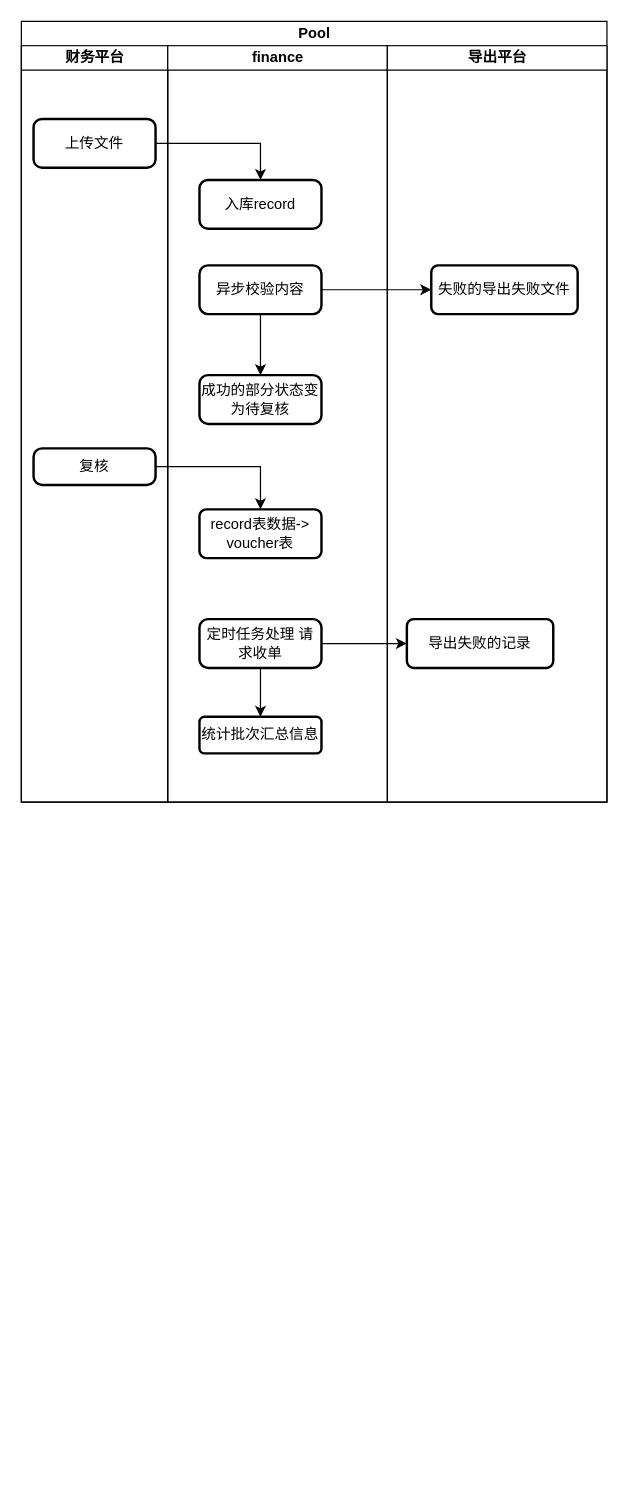
Before: 批量转账流程.drawio in wangkeshan9538/diagram.io, a draw.io diagram. Source tidied: cells renumbered, new cells numbered last; positions are measured from the earlier drawing's top-left corner, leaving out a move shared by most shapes. Both pictures are drawn from the tidied source at 122%, with x=0, y=0 at pixel (21, 21).
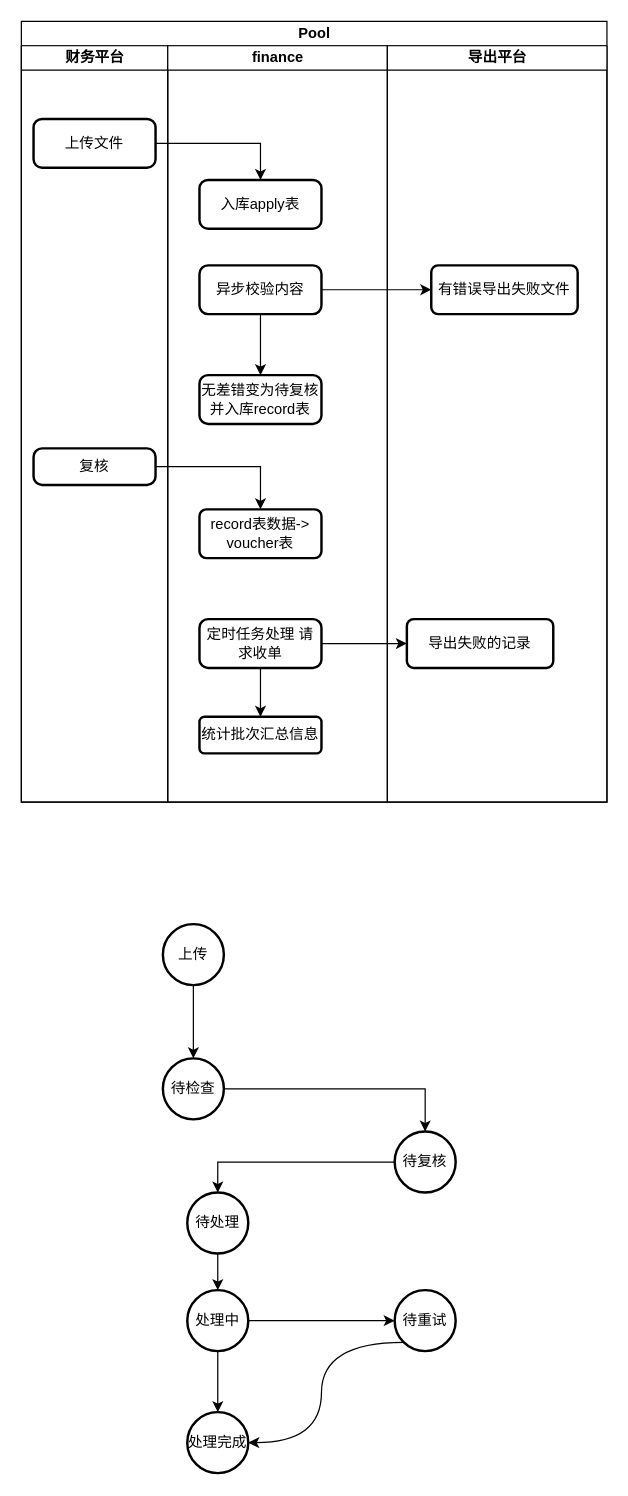
The same diagram, later.

Commit message:
更新批量转账流程.drawio

The change refers to these unchanged cells:
```xml
<mxCell id="6" value="finance" style="swimlane;html=1;startSize=20;" parent="2" vertex="1">
  <mxGeometry x="120" y="20" width="180" height="620" as="geometry" />
</mxCell>
<mxCell id="15" value="导出平台" style="swimlane;html=1;startSize=20;" parent="2" vertex="1">
  <mxGeometry x="300" y="20" width="180" height="620" as="geometry" />
</mxCell>
```

The edit, as a diff of the source:
```diff
@@
-    <mxCell id="9" value="成功的部分状态变为待复核" style="rounded=1;whiteSpace=wrap;html=1;absoluteArcSize=1;arcSize=14;strokeWidth=2;" parent="6" vertex="1">
+    <mxCell id="9" value="无差错变为待复核并入库record表" style="rounded=1;whiteSpace=wrap;html=1;absoluteArcSize=1;arcSize=14;strokeWidth=2;" parent="6" vertex="1">
       <mxGeometry x="26" y="270" width="100" height="40" as="geometry" />
     </mxCell>
@@
-    <mxCell id="12" value="入库record" style="rounded=1;whiteSpace=wrap;html=1;absoluteArcSize=1;arcSize=14;strokeWidth=2;" parent="6" vertex="1">
+    <mxCell id="12" value="入库apply表" style="rounded=1;whiteSpace=wrap;html=1;absoluteArcSize=1;arcSize=14;strokeWidth=2;" parent="6" vertex="1">
       <mxGeometry x="26" y="110" width="100" height="40" as="geometry" />
     </mxCell>
@@
-    <mxCell id="17" value="失败的导出失败文件" style="whiteSpace=wrap;html=1;rounded=1;strokeWidth=2;arcSize=14;" parent="15" vertex="1">
+    <mxCell id="17" value="有错误导出失败文件" style="whiteSpace=wrap;html=1;rounded=1;strokeWidth=2;arcSize=14;" parent="15" vertex="1">
       <mxGeometry x="36" y="180" width="120" height="40" as="geometry" />
     </mxCell>
@@
+    <mxCell id="22" style="edgeStyle=orthogonalEdgeStyle;rounded=0;jettySize=auto;html=1;" parent="1" edge="1" source="23" target="25">
+      <mxGeometry relative="1" as="geometry" />
+    </mxCell>
+    <mxCell id="23" value="待检查" style="strokeWidth=2;html=1;shape=mxgraph.flowchart.start_2;whiteSpace=wrap;" parent="1" vertex="1">
+      <mxGeometry x="116" y="850" width="50" height="50" as="geometry" />
+    </mxCell>
+    <mxCell id="24" style="edgeStyle=orthogonalEdgeStyle;rounded=0;jettySize=auto;html=1;entryX=0.5;entryY=0;entryDx=0;entryDy=0;entryPerimeter=0;" parent="1" edge="1" source="34" target="30">
+      <mxGeometry relative="1" as="geometry" />
+    </mxCell>
+    <mxCell id="25" value="待复核" style="strokeWidth=2;html=1;shape=mxgraph.flowchart.start_2;whiteSpace=wrap;" parent="1" vertex="1">
+      <mxGeometry x="306" y="910" width="50" height="50" as="geometry" />
+    </mxCell>
+    <mxCell id="26" style="edgeStyle=orthogonalEdgeStyle;rounded=0;jettySize=auto;html=1;" parent="1" edge="1" source="27" target="23">
+      <mxGeometry relative="1" as="geometry" />
+    </mxCell>
+    <mxCell id="27" value="上传" style="strokeWidth=2;html=1;shape=mxgraph.flowchart.start_2;whiteSpace=wrap;" parent="1" vertex="1">
+      <mxGeometry x="116" y="740" width="50" height="50" as="geometry" />
+    </mxCell>
+    <mxCell id="28" style="edgeStyle=orthogonalEdgeStyle;rounded=0;jettySize=auto;html=1;exitX=1;exitY=0.5;exitDx=0;exitDy=0;exitPerimeter=0;entryX=0;entryY=0.5;entryDx=0;entryDy=0;entryPerimeter=0;" parent="1" edge="1" source="30" target="32">
+      <mxGeometry relative="1" as="geometry" />
+    </mxCell>
+    <mxCell id="29" style="edgeStyle=orthogonalEdgeStyle;curved=1;rounded=0;jettySize=auto;html=1;" parent="1" edge="1" source="30" target="33">
+      <mxGeometry relative="1" as="geometry" />
+    </mxCell>
+    <mxCell id="30" value="处理中" style="strokeWidth=2;html=1;shape=mxgraph.flowchart.start_2;whiteSpace=wrap;" parent="1" vertex="1">
+      <mxGeometry x="136" y="1040" width="50" height="50" as="geometry" />
+    </mxCell>
+    <mxCell id="31" style="edgeStyle=orthogonalEdgeStyle;curved=1;rounded=0;jettySize=auto;html=1;exitX=0.145;exitY=0.855;exitDx=0;exitDy=0;exitPerimeter=0;entryX=1;entryY=0.5;entryDx=0;entryDy=0;entryPerimeter=0;" parent="1" edge="1" source="32" target="33">
+      <mxGeometry relative="1" as="geometry" />
+    </mxCell>
+    <mxCell id="32" value="待重试" style="strokeWidth=2;html=1;shape=mxgraph.flowchart.start_2;whiteSpace=wrap;" parent="1" vertex="1">
+      <mxGeometry x="306" y="1040" width="50" height="50" as="geometry" />
+    </mxCell>
+    <mxCell id="33" value="处理完成" style="strokeWidth=2;html=1;shape=mxgraph.flowchart.start_2;whiteSpace=wrap;" parent="1" vertex="1">
+      <mxGeometry x="136" y="1140" width="50" height="50" as="geometry" />
+    </mxCell>
+    <mxCell id="34" value="待处理" style="strokeWidth=2;html=1;shape=mxgraph.flowchart.start_2;whiteSpace=wrap;" parent="1" vertex="1">
+      <mxGeometry x="136" y="960" width="50" height="50" as="geometry" />
+    </mxCell>
+    <mxCell id="35" style="edgeStyle=orthogonalEdgeStyle;rounded=0;jettySize=auto;html=1;entryX=0.5;entryY=0;entryDx=0;entryDy=0;entryPerimeter=0;" parent="1" edge="1" source="25" target="34">
+      <mxGeometry relative="1" as="geometry" />
+    </mxCell>
```
